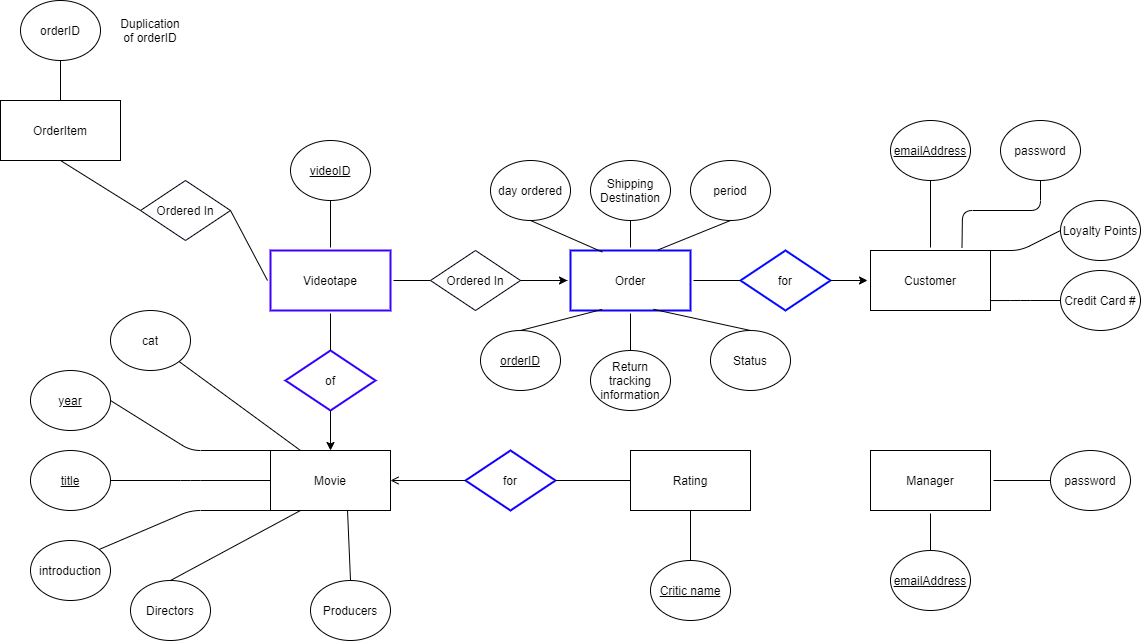
Earlier version of the draw.io export diagrams/videotape_rental_ER_diagram_v1.png (MasonDarcy/4312Project). Source tidied: cells renumbered, new cells last; positions are measured from the earlier drawing's top-left corner, leaving out a move shared by most shapes.
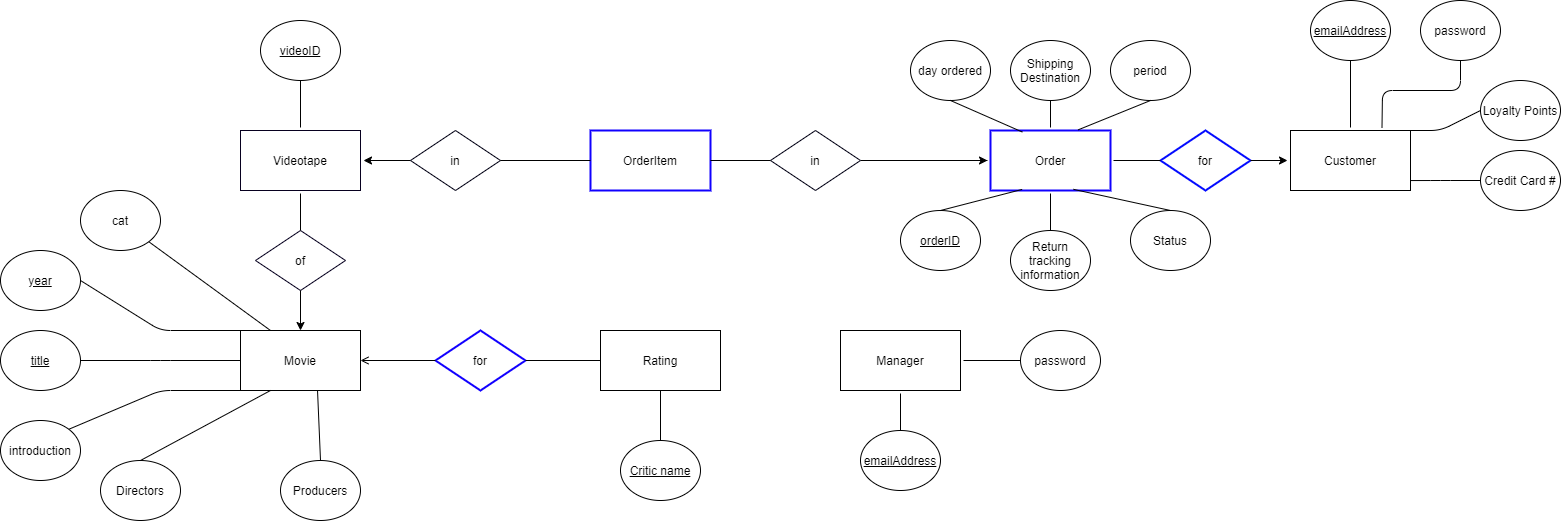
The same file after the commit.

The edit, as a diff of the source:
```diff
@@ -37,10 +37,10 @@
     <mxCell id="10" style="endArrow=open;html=1;entryX=1;entryY=0.5;entryDx=0;entryDy=0;exitX=0;exitY=0.5;exitDx=0;exitDy=0;startArrow=none;startFill=0;endFill=0;" parent="1" edge="1" source="8" target="2">
       <mxGeometry relative="1" as="geometry" />
     </mxCell>
-    <mxCell id="11" value="Videotape" style="rounded=0;whiteSpace=wrap;html=1;perimeterSpacing=3;strokeWidth=2;strokeColor=#3C00FF;" parent="1" vertex="1">
+    <mxCell id="11" value="Videotape" style="rounded=0;whiteSpace=wrap;html=1;perimeterSpacing=3;strokeWidth=1;strokeColor=#07001F;" parent="1" vertex="1">
       <mxGeometry x="270" y="250" width="120" height="60" as="geometry" />
     </mxCell>
-    <mxCell id="12" value="of" style="rhombus;whiteSpace=wrap;html=1;strokeWidth=2;strokeColor=#3300FF;" parent="1" vertex="1">
+    <mxCell id="12" value="of" style="rhombus;whiteSpace=wrap;html=1;strokeWidth=1;strokeColor=#06001F;" parent="1" vertex="1">
       <mxGeometry x="285" y="350" width="90" height="60" as="geometry" />
     </mxCell>
     <mxCell id="13" style="endArrow=none;html=1;entryX=0.5;entryY=1;entryDx=0;entryDy=0;exitX=0.5;exitY=0;exitDx=0;exitDy=0;startArrow=classic;startFill=1;" parent="1" edge="1" source="2" target="12">
@@ -75,13 +75,13 @@
       <mxGeometry relative="1" as="geometry" />
     </mxCell>
     <mxCell id="21" value="Customer" style="rounded=0;whiteSpace=wrap;html=1;perimeterSpacing=3;strokeWidth=1;" parent="1" vertex="1">
-      <mxGeometry x="870" y="250" width="120" height="60" as="geometry" />
+      <mxGeometry x="1320" y="250" width="120" height="60" as="geometry" />
     </mxCell>
     <mxCell id="22" value="Order" style="rounded=0;whiteSpace=wrap;html=1;perimeterSpacing=3;strokeWidth=2;strokeColor=#1100FF;" parent="1" vertex="1">
-      <mxGeometry x="570" y="250" width="120" height="60" as="geometry" />
+      <mxGeometry x="1020" y="250" width="120" height="60" as="geometry" />
     </mxCell>
     <mxCell id="23" value="for" style="rhombus;whiteSpace=wrap;html=1;strokeColor=#030BFF;strokeWidth=2;" parent="1" vertex="1">
-      <mxGeometry x="740" y="250" width="90" height="60" as="geometry" />
+      <mxGeometry x="1190" y="250" width="90" height="60" as="geometry" />
     </mxCell>
     <mxCell id="24" style="endArrow=classic;html=1;entryX=0;entryY=0.5;entryDx=0;entryDy=0;exitX=1;exitY=0.5;exitDx=0;exitDy=0;startArrow=none;startFill=0;endFill=1;" parent="1" edge="1" source="23" target="21">
       <mxGeometry relative="1" as="geometry" />
@@ -89,49 +89,50 @@
     <mxCell id="25" style="endArrow=none;html=1;exitX=1;exitY=0.5;exitDx=0;exitDy=0;entryX=0;entryY=0.5;entryDx=0;entryDy=0;" parent="1" edge="1" source="22" target="23">
       <mxGeometry relative="1" as="geometry" />
     </mxCell>
-    <mxCell id="26" style="edgeStyle=orthogonalEdgeStyle;rounded=0;jettySize=auto;html=1;startArrow=none;startFill=0;endArrow=none;endFill=0;" parent="1" edge="1" source="28" target="11">
-      <mxGeometry relative="1" as="geometry" />
+    <mxCell id="26" style="edgeStyle=orthogonalEdgeStyle;rounded=0;jettySize=auto;html=1;startArrow=none;startFill=0;endArrow=classic;endFill=1;" parent="1" edge="1" target="11">
+      <mxGeometry relative="1" as="geometry">
+        <mxPoint x="470" y="280" as="sourcePoint" />
+      </mxGeometry>
     </mxCell>
-    <mxCell id="27" style="edgeStyle=orthogonalEdgeStyle;rounded=1;jettySize=auto;html=1;startArrow=none;startFill=0;endArrow=none;endFill=0;" parent="1" edge="1" source="28" target="22">
+    <mxCell id="27" style="edgeStyle=orthogonalEdgeStyle;rounded=1;jettySize=auto;html=1;startArrow=none;startFill=0;endArrow=none;endFill=0;exitX=1;exitY=0.5;exitDx=0;exitDy=0;" parent="1" edge="1" source="70" target="22">
       <mxGeometry relative="1" as="geometry" />
     </mxCell>
-    <mxCell id="28" value="Ordered In" style="rhombus;whiteSpace=wrap;html=1;strokeWidth=1;strokeColor=#010014;" parent="1" vertex="1">
-      <mxGeometry x="430" y="250" width="90" height="60" as="geometry" />
-    </mxCell>
-    <mxCell id="29" style="endArrow=classic;html=1;exitX=1;exitY=0.5;exitDx=0;exitDy=0;entryX=0;entryY=0.5;entryDx=0;entryDy=0;startArrow=none;startFill=0;endFill=1;" parent="1" edge="1" source="28" target="22">
-      <mxGeometry relative="1" as="geometry" />
+    <mxCell id="29" style="endArrow=classic;html=1;entryX=0;entryY=0.5;entryDx=0;entryDy=0;startArrow=none;startFill=0;endFill=1;" parent="1" edge="1" target="22">
+      <mxGeometry relative="1" as="geometry">
+        <mxPoint x="960" y="280" as="sourcePoint" />
+      </mxGeometry>
     </mxCell>
     <mxCell id="30" value="day ordered" style="ellipse;whiteSpace=wrap;html=1;" parent="1" vertex="1">
-      <mxGeometry x="490" y="160" width="80" height="60" as="geometry" />
+      <mxGeometry x="940" y="160" width="80" height="60" as="geometry" />
     </mxCell>
     <mxCell id="31" style="endArrow=none;html=1;entryX=0.5;entryY=1;entryDx=0;entryDy=0;exitX=0.277;exitY=0.069;exitDx=0;exitDy=0;exitPerimeter=0;" parent="1" edge="1" source="22" target="30">
       <mxGeometry relative="1" as="geometry" />
     </mxCell>
     <mxCell id="32" value="period" style="ellipse;whiteSpace=wrap;html=1;" parent="1" vertex="1">
-      <mxGeometry x="690" y="160" width="80" height="60" as="geometry" />
+      <mxGeometry x="1140" y="160" width="80" height="60" as="geometry" />
     </mxCell>
     <mxCell id="33" style="endArrow=none;html=1;entryX=0.5;entryY=1;entryDx=0;entryDy=0;exitX=0.719;exitY=0.036;exitDx=0;exitDy=0;exitPerimeter=0;" parent="1" edge="1" source="22" target="32">
       <mxGeometry relative="1" as="geometry" />
     </mxCell>
     <mxCell id="34" value="&lt;u&gt;emailAddress&lt;/u&gt;" style="ellipse;whiteSpace=wrap;html=1;" parent="1" vertex="1">
-      <mxGeometry x="890" y="120" width="80" height="60" as="geometry" />
+      <mxGeometry x="1340" y="120" width="80" height="60" as="geometry" />
     </mxCell>
     <mxCell id="35" style="endArrow=none;html=1;entryX=0.5;entryY=1;entryDx=0;entryDy=0;exitX=0.5;exitY=0;exitDx=0;exitDy=0;" parent="1" edge="1" source="21" target="34">
       <mxGeometry relative="1" as="geometry" />
     </mxCell>
     <mxCell id="36" value="password" style="ellipse;whiteSpace=wrap;html=1;" parent="1" vertex="1">
-      <mxGeometry x="1000" y="120" width="80" height="60" as="geometry" />
+      <mxGeometry x="1450" y="120" width="80" height="60" as="geometry" />
     </mxCell>
     <mxCell id="37" style="endArrow=none;html=1;entryX=0.5;entryY=1;entryDx=0;entryDy=0;exitX=0.75;exitY=0;exitDx=0;exitDy=0;" parent="1" edge="1" source="21" target="36">
       <mxGeometry relative="1" as="geometry">
         <Array as="points">
-          <mxPoint x="962" y="210" />
-          <mxPoint x="1040" y="210" />
+          <mxPoint x="1412" y="210" />
+          <mxPoint x="1490" y="210" />
         </Array>
       </mxGeometry>
     </mxCell>
     <mxCell id="38" value="&lt;u&gt;orderID&lt;/u&gt;" style="ellipse;whiteSpace=wrap;html=1;" parent="1" vertex="1">
-      <mxGeometry x="480" y="330" width="80" height="60" as="geometry" />
+      <mxGeometry x="930" y="330" width="80" height="60" as="geometry" />
     </mxCell>
     <mxCell id="39" style="endArrow=none;html=1;exitX=0.5;exitY=0;exitDx=0;exitDy=0;entryX=0.275;entryY=0.938;entryDx=0;entryDy=0;entryPerimeter=0;" parent="1" edge="1" source="38" target="22">
       <mxGeometry relative="1" as="geometry" />
@@ -143,7 +144,7 @@
       <mxGeometry relative="1" as="geometry" />
     </mxCell>
     <mxCell id="42" value="Status" style="ellipse;whiteSpace=wrap;html=1;" parent="1" vertex="1">
-      <mxGeometry x="710" y="330" width="80" height="60" as="geometry" />
+      <mxGeometry x="1160" y="330" width="80" height="60" as="geometry" />
     </mxCell>
     <mxCell id="43" style="endArrow=none;html=1;exitX=0.5;exitY=0;exitDx=0;exitDy=0;entryX=0.682;entryY=0.937;entryDx=0;entryDy=0;entryPerimeter=0;" parent="1" edge="1" source="42" target="22">
       <mxGeometry relative="1" as="geometry" />
@@ -170,34 +171,34 @@
       <mxGeometry relative="1" as="geometry" />
     </mxCell>
     <mxCell id="51" value="Loyalty Points" style="ellipse;whiteSpace=wrap;html=1;" parent="1" vertex="1">
-      <mxGeometry x="1060" y="200" width="80" height="60" as="geometry" />
+      <mxGeometry x="1510" y="200" width="80" height="60" as="geometry" />
     </mxCell>
     <mxCell id="52" style="endArrow=none;html=1;entryX=0;entryY=0.5;entryDx=0;entryDy=0;" parent="1" edge="1" target="51">
       <mxGeometry relative="1" as="geometry">
-        <mxPoint x="986" y="250" as="sourcePoint" />
+        <mxPoint x="1436" y="250" as="sourcePoint" />
         <Array as="points">
-          <mxPoint x="1020" y="250" />
+          <mxPoint x="1470" y="250" />
         </Array>
       </mxGeometry>
     </mxCell>
     <mxCell id="53" value="Credit Card #" style="ellipse;whiteSpace=wrap;html=1;" parent="1" vertex="1">
-      <mxGeometry x="1060" y="270" width="80" height="60" as="geometry" />
+      <mxGeometry x="1510" y="270" width="80" height="60" as="geometry" />
     </mxCell>
     <mxCell id="54" style="endArrow=none;html=1;exitX=0.973;exitY=0.804;exitDx=0;exitDy=0;exitPerimeter=0;entryX=0;entryY=0.5;entryDx=0;entryDy=0;" parent="1" edge="1" source="21" target="53">
       <mxGeometry relative="1" as="geometry">
         <Array as="points">
-          <mxPoint x="1020" y="300" />
+          <mxPoint x="1470" y="300" />
         </Array>
       </mxGeometry>
     </mxCell>
     <mxCell id="55" value="Shipping Destination" style="ellipse;whiteSpace=wrap;html=1;" parent="1" vertex="1">
-      <mxGeometry x="590" y="160" width="80" height="60" as="geometry" />
+      <mxGeometry x="1040" y="160" width="80" height="60" as="geometry" />
     </mxCell>
     <mxCell id="56" style="endArrow=none;html=1;entryX=0.5;entryY=1;entryDx=0;entryDy=0;exitX=0.5;exitY=0;exitDx=0;exitDy=0;" parent="1" edge="1" source="22" target="55">
       <mxGeometry relative="1" as="geometry" />
     </mxCell>
     <mxCell id="57" value="Return tracking information" style="ellipse;whiteSpace=wrap;html=1;" parent="1" vertex="1">
-      <mxGeometry x="590" y="350" width="80" height="60" as="geometry" />
+      <mxGeometry x="1040" y="350" width="80" height="60" as="geometry" />
     </mxCell>
     <mxCell id="58" style="endArrow=none;html=1;entryX=0.5;entryY=1;entryDx=0;entryDy=0;exitX=0.5;exitY=0;exitDx=0;exitDy=0;" parent="1" edge="1" source="57" target="22">
       <mxGeometry relative="1" as="geometry" />
@@ -208,26 +209,20 @@
     <mxCell id="60" value="Producers" style="ellipse;whiteSpace=wrap;html=1;" parent="1" vertex="1">
       <mxGeometry x="310" y="580" width="80" height="60" as="geometry" />
     </mxCell>
-    <mxCell id="61" value="OrderItem" style="rounded=0;whiteSpace=wrap;html=1;" parent="1" vertex="1">
-      <mxGeometry y="100" width="120" height="60" as="geometry" />
+    <mxCell id="61" value="OrderItem" style="rounded=0;whiteSpace=wrap;html=1;strokeWidth=2;strokeColor=#1100FF;" parent="1" vertex="1">
+      <mxGeometry x="620" y="250" width="120" height="60" as="geometry" />
     </mxCell>
-    <mxCell id="62" value="Ordered In" style="rhombus;whiteSpace=wrap;html=1;strokeWidth=1;strokeColor=#010014;" parent="1" vertex="1">
-      <mxGeometry x="140" y="180" width="90" height="60" as="geometry" />
-    </mxCell>
-    <mxCell id="63" style="endArrow=none;html=1;entryX=0.5;entryY=1;entryDx=0;entryDy=0;exitX=0;exitY=0.5;exitDx=0;exitDy=0;" parent="1" edge="1" source="62" target="61">
-      <mxGeometry relative="1" as="geometry" />
-    </mxCell>
-    <mxCell id="64" style="endArrow=none;html=1;entryX=1;entryY=0.5;entryDx=0;entryDy=0;exitX=0;exitY=0.5;exitDx=0;exitDy=0;" parent="1" edge="1" source="11" target="62">
-      <mxGeometry relative="1" as="geometry" />
-    </mxCell>
-    <mxCell id="65" value="orderID" style="ellipse;whiteSpace=wrap;html=1;" parent="1" vertex="1">
-      <mxGeometry x="20" width="80" height="60" as="geometry" />
-    </mxCell>
-    <mxCell id="66" style="endArrow=none;html=1;entryX=0.5;entryY=1;entryDx=0;entryDy=0;exitX=0.5;exitY=0;exitDx=0;exitDy=0;" parent="1" edge="1" source="61" target="65">
-      <mxGeometry relative="1" as="geometry" />
-    </mxCell>
-    <mxCell id="67" value="Duplication of orderID" style="text;html=1;strokeColor=none;fillColor=none;align=center;verticalAlign=middle;whiteSpace=wrap;rounded=0;" parent="1" vertex="1">
-      <mxGeometry x="130" y="20" width="40" height="20" as="geometry" />
-    </mxCell>
+    <mxCell id="68" value="in" style="rhombus;whiteSpace=wrap;html=1;strokeWidth=1;strokeColor=#010014;" parent="1" vertex="1">
+      <mxGeometry x="440" y="250" width="90" height="60" as="geometry" />
+    </mxCell>
+    <mxCell id="69" style="endArrow=none;html=1;exitX=1;exitY=0.5;exitDx=0;exitDy=0;entryX=0;entryY=0.5;entryDx=0;entryDy=0;" parent="1" edge="1" source="68" target="61">
+      <mxGeometry relative="1" as="geometry" />
+    </mxCell>
+    <mxCell id="70" value="in" style="rhombus;whiteSpace=wrap;html=1;strokeWidth=1;strokeColor=#010014;" parent="1" vertex="1">
+      <mxGeometry x="800" y="250" width="90" height="60" as="geometry" />
+    </mxCell>
+    <mxCell id="71" style="endArrow=none;html=1;entryX=0;entryY=0.5;entryDx=0;entryDy=0;exitX=1;exitY=0.5;exitDx=0;exitDy=0;" parent="1" edge="1" source="61" target="70">
+      <mxGeometry relative="1" as="geometry" />
+    </mxCell>
   </root>
 </mxGraphModel>
```
